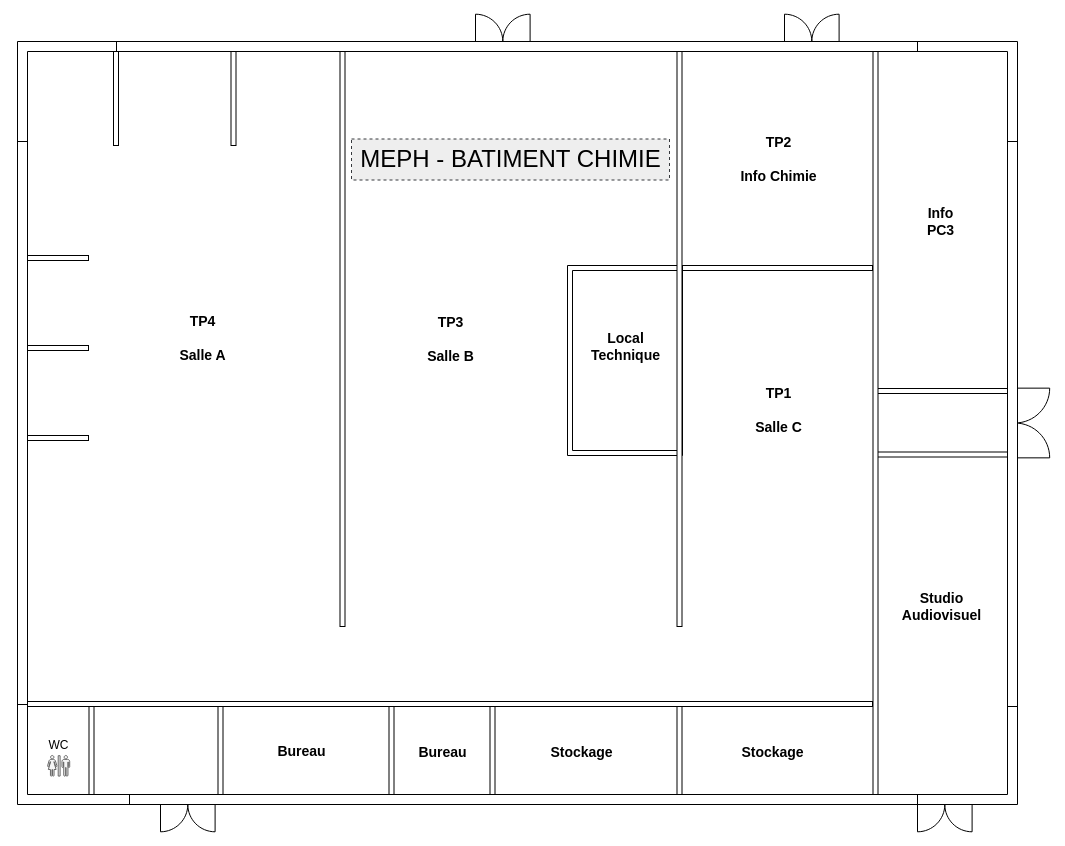
This is meph-plan_chimie.drawio from gI7DUmmY/diagrams, a draw.io file, before an edit. Source tidied: cells renumbered, new cells numbered last; positions are measured from the earlier drawing's top-left corner, leaving out a move shared by most shapes. Both pictures are drawn from the tidied source at 100%, with x=0, y=0 at pixel (17, 17).
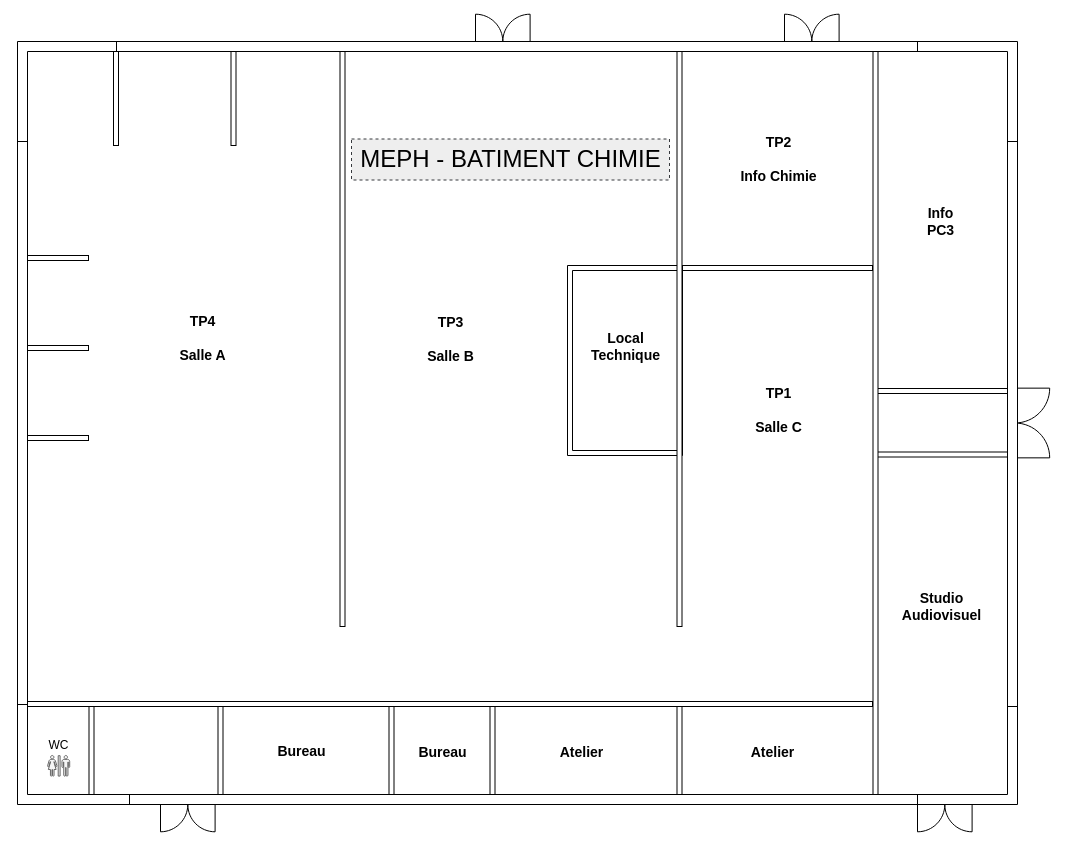
The same page after the edit.

Commit message (it also covers changes not shown here):
Mettre à jour meph-plan_chimie.drawio

The edit, as a diff of the source:
```diff
@@
-    <mxCell id="45" value="Stockage" style="text;html=1;align=center;verticalAlign=middle;strokeColor=none;fillColor=none;fontFamily=Helvetica;fontSize=14;fontColor=default;fontStyle=1;" parent="1" vertex="1">
-      <mxGeometry x="526" y="720" width="76" height="29" as="geometry" />
+    <mxCell id="45" value="Atelier" style="text;html=1;align=center;verticalAlign=middle;strokeColor=none;fillColor=none;fontFamily=Helvetica;fontSize=14;fontColor=default;fontStyle=1;" parent="1" vertex="1">
+      <mxGeometry x="535" y="720" width="58" height="29" as="geometry" />
     </mxCell>
-    <mxCell id="46" value="Stockage" style="text;html=1;align=center;verticalAlign=middle;strokeColor=none;fillColor=none;fontFamily=Helvetica;fontSize=14;fontColor=default;fontStyle=1;" parent="1" vertex="1">
-      <mxGeometry x="716.5" y="720" width="76" height="29" as="geometry" />
+    <mxCell id="46" value="Atelier" style="text;html=1;align=center;verticalAlign=middle;strokeColor=none;fillColor=none;fontFamily=Helvetica;fontSize=14;fontColor=default;fontStyle=1;" parent="1" vertex="1">
+      <mxGeometry x="725.5" y="720" width="58" height="29" as="geometry" />
     </mxCell>
```
